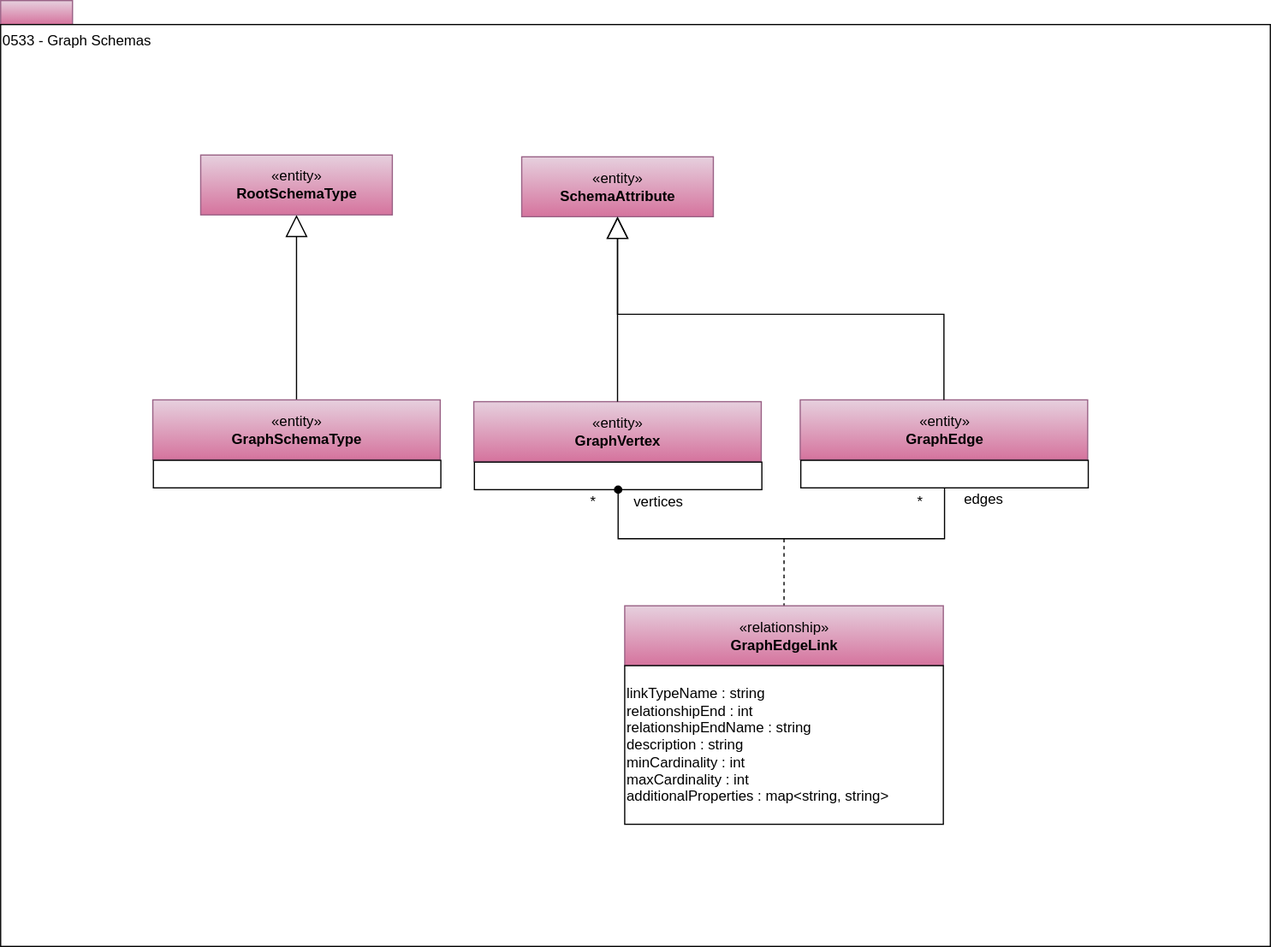
The draw.io diagram site/docs/types/5/0533-Graph-Schemas.svg in odpi/egeria-docs, before a commit. Source tidied: cells renumbered, new cells last; positions are measured from the earlier drawing's top-left corner, leaving out a move shared by most shapes.
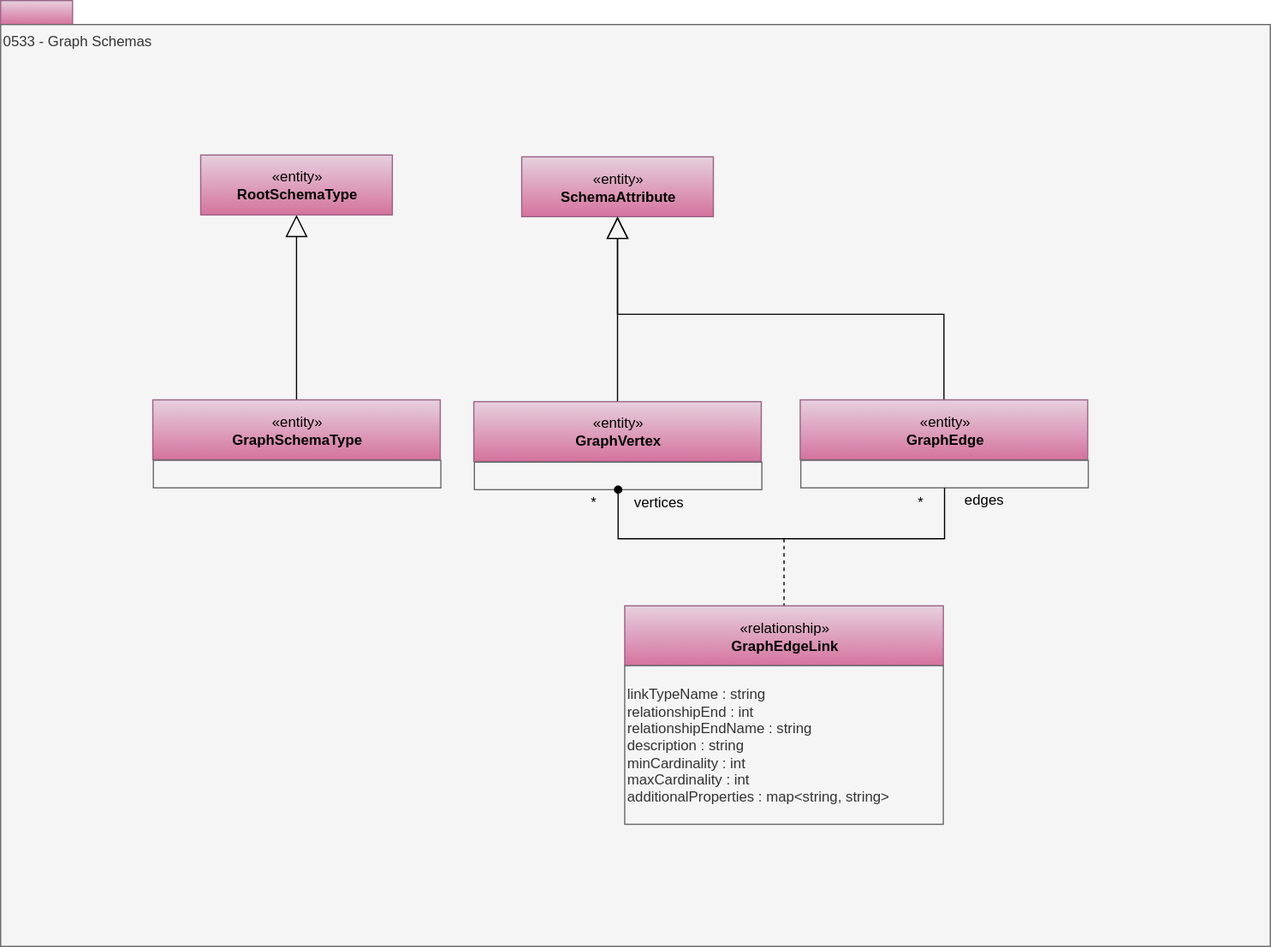
The same diagram one commit later.

What changed in the source:
```diff
@@ -5,7 +5,7 @@
     <mxCell id="2" style="rounded=0;whiteSpace=wrap;html=1;align=left;fillColor=#e6d0de;strokeColor=#996185;gradientColor=#d5739d;" parent="1" vertex="1">
       <mxGeometry width="60" height="20" as="geometry" />
     </mxCell>
-    <mxCell id="3" value="0533 - Graph Schemas" style="rounded=0;whiteSpace=wrap;html=1;align=left;verticalAlign=top;" parent="1" vertex="1">
+    <mxCell id="3" value="0533 - Graph Schemas" style="rounded=0;whiteSpace=wrap;html=1;align=left;verticalAlign=top;fillColor=#f5f5f5;fontColor=#333333;strokeColor=#666666;" parent="1" vertex="1">
       <mxGeometry y="20" width="1060" height="770" as="geometry" />
     </mxCell>
     <mxCell id="4" value="«entity»&lt;br&gt;&lt;b&gt;SchemaAttribute&lt;/b&gt;" style="html=1;strokeColor=#996185;align=center;fillColor=#e6d0de;gradientColor=#d5739d;" parent="1" vertex="1">
@@ -23,63 +23,54 @@
     <mxCell id="8" value="vertices" style="text;html=1;strokeColor=none;fillColor=none;align=center;verticalAlign=middle;whiteSpace=wrap;rounded=0;" parent="1" vertex="1">
       <mxGeometry x="515.5" y="408.5" width="67" height="20" as="geometry" />
     </mxCell>
-    <mxCell id="9" style="endArrow=none;dashed=1;html=1;entryX=0.5;entryY=0;entryDx=0;entryDy=0;" parent="1" edge="1" target="24">
+    <mxCell id="9" style="endArrow=none;dashed=1;html=1;entryX=0.5;entryY=0;entryDx=0;entryDy=0;" parent="1" edge="1" target="14">
       <mxGeometry relative="1" as="geometry">
         <mxPoint x="654" y="449.5" as="sourcePoint" />
       </mxGeometry>
     </mxCell>
-    <mxCell id="10" style="edgeStyle=orthogonalEdgeStyle;rounded=0;jettySize=auto;html=1;exitX=0.5;exitY=0;exitDx=0;exitDy=0;entryX=0.5;entryY=1;entryDx=0;entryDy=0;startSize=6;endArrow=block;endFill=0;endSize=16;" parent="1" edge="1" source="13" target="11">
+    <mxCell id="10" style="edgeStyle=orthogonalEdgeStyle;rounded=0;jettySize=auto;html=1;exitX=0.5;exitY=0;exitDx=0;exitDy=0;entryX=0.5;entryY=1;entryDx=0;entryDy=0;startSize=6;endArrow=block;endFill=0;endSize=16;" parent="1" edge="1" source="20" target="11">
       <mxGeometry relative="1" as="geometry" />
     </mxCell>
     <mxCell id="11" value="«entity»&lt;br&gt;&lt;b&gt;RootSchemaType&lt;/b&gt;" style="html=1;strokeColor=#996185;align=center;fillColor=#e6d0de;gradientColor=#d5739d;" parent="1" vertex="1">
       <mxGeometry x="167" y="129" width="160" height="50" as="geometry" />
     </mxCell>
-    <mxCell id="12" style="group;" parent="1" vertex="1">
-      <mxGeometry x="127" y="333.5" width="240.5" height="73.5" as="geometry" />
+    <mxCell id="12" style="edgeStyle=orthogonalEdgeStyle;rounded=0;jettySize=auto;html=1;exitX=0.5;exitY=0;exitDx=0;exitDy=0;entryX=0.5;entryY=1;entryDx=0;entryDy=0;startSize=6;endArrow=block;endFill=0;endSize=16;" parent="1" edge="1" source="18" target="4">
+      <mxGeometry relative="1" as="geometry" />
     </mxCell>
-    <mxCell id="13" value="«entity»&lt;br&gt;&lt;b&gt;GraphSchemaType&lt;/b&gt;" style="html=1;strokeColor=#996185;align=center;fillColor=#e6d0de;gradientColor=#d5739d;" parent="12" vertex="1">
-      <mxGeometry width="240" height="50" as="geometry" />
+    <mxCell id="13" style="edgeStyle=orthogonalEdgeStyle;rounded=0;jettySize=auto;html=1;exitX=0.5;exitY=0;exitDx=0;exitDy=0;startSize=6;endArrow=block;endFill=0;endSize=16;entryX=0.5;entryY=1;entryDx=0;entryDy=0;" parent="1" edge="1" source="16" target="4">
+      <mxGeometry relative="1" as="geometry" />
     </mxCell>
-    <mxCell id="14" style="rounded=0;whiteSpace=wrap;html=1;strokeColor=#000000;gradientColor=#ffffff;align=left;" parent="12" vertex="1">
-      <mxGeometry x="0.5" y="50.5" width="240" height="23" as="geometry" />
+    <mxCell id="14" value="«relationship»&lt;br&gt;&lt;b&gt;GraphEdgeLink&lt;/b&gt;" style="html=1;strokeColor=#996185;align=center;fillColor=#e6d0de;gradientColor=#d5739d;" parent="1" vertex="1">
+      <mxGeometry x="521" y="505.5" width="266" height="50" as="geometry" />
     </mxCell>
-    <mxCell id="15" style="group;" parent="1" vertex="1">
-      <mxGeometry x="395" y="335" width="240.5" height="73.5" as="geometry" />
+    <mxCell id="15" value="&lt;div style=&quot;text-align: left&quot;&gt;linkTypeName : string&lt;br style=&quot;border-color: var(--border-color);&quot;&gt;relationshipEnd : int&lt;br style=&quot;border-color: var(--border-color);&quot;&gt;relationshipEndName : string&lt;br style=&quot;border-color: var(--border-color);&quot;&gt;description : string&lt;br style=&quot;border-color: var(--border-color);&quot;&gt;minCardinality : int&lt;br style=&quot;border-color: var(--border-color);&quot;&gt;maxCardinality : int&lt;br style=&quot;border-color: var(--border-color);&quot;&gt;additionalProperties : map&amp;lt;string, string&amp;gt;&lt;br&gt;&lt;/div&gt;" style="rounded=0;whiteSpace=wrap;html=1;strokeColor=#666666;align=left;fillColor=#f5f5f5;fontColor=#333333;" parent="1" vertex="1">
+      <mxGeometry x="521" y="555.5" width="266" height="132.5" as="geometry" />
     </mxCell>
-    <mxCell id="16" value="«entity»&lt;br&gt;&lt;b&gt;GraphVertex&lt;/b&gt;" style="html=1;strokeColor=#996185;align=center;fillColor=#e6d0de;gradientColor=#d5739d;" parent="15" vertex="1">
-      <mxGeometry width="240" height="50" as="geometry" />
+    <mxCell id="16" value="«entity»&lt;br&gt;&lt;b&gt;GraphEdge&lt;/b&gt;" style="html=1;strokeColor=#996185;align=center;fillColor=#e6d0de;gradientColor=#d5739d;" parent="1" vertex="1">
+      <mxGeometry x="667.5" y="333.5" width="240" height="50" as="geometry" />
     </mxCell>
-    <mxCell id="17" style="rounded=0;whiteSpace=wrap;html=1;strokeColor=#000000;gradientColor=#ffffff;align=left;" parent="15" vertex="1">
-      <mxGeometry x="0.5" y="50.5" width="240" height="23" as="geometry" />
+    <mxCell id="17" style="rounded=0;whiteSpace=wrap;html=1;strokeColor=#666666;align=left;fillColor=#f5f5f5;fontColor=#333333;" parent="1" vertex="1">
+      <mxGeometry x="668" y="384" width="240" height="23" as="geometry" />
     </mxCell>
-    <mxCell id="18" style="group;" parent="1" vertex="1">
-      <mxGeometry x="667.5" y="333.5" width="240.5" height="73.5" as="geometry" />
+    <mxCell id="18" value="«entity»&lt;br&gt;&lt;b&gt;GraphVertex&lt;/b&gt;" style="html=1;strokeColor=#996185;align=center;fillColor=#e6d0de;gradientColor=#d5739d;" parent="1" vertex="1">
+      <mxGeometry x="395" y="335" width="240" height="50" as="geometry" />
     </mxCell>
-    <mxCell id="19" value="«entity»&lt;br&gt;&lt;b&gt;GraphEdge&lt;/b&gt;" style="html=1;strokeColor=#996185;align=center;fillColor=#e6d0de;gradientColor=#d5739d;" parent="18" vertex="1">
-      <mxGeometry width="240" height="50" as="geometry" />
+    <mxCell id="19" style="rounded=0;whiteSpace=wrap;html=1;strokeColor=#666666;align=left;fillColor=#f5f5f5;fontColor=#333333;" parent="1" vertex="1">
+      <mxGeometry x="395.5" y="385.5" width="240" height="23" as="geometry" />
     </mxCell>
-    <mxCell id="20" style="rounded=0;whiteSpace=wrap;html=1;strokeColor=#000000;gradientColor=#ffffff;align=left;" parent="18" vertex="1">
-      <mxGeometry x="0.5" y="50.5" width="240" height="23" as="geometry" />
+    <mxCell id="20" value="«entity»&lt;br&gt;&lt;b&gt;GraphSchemaType&lt;/b&gt;" style="html=1;strokeColor=#996185;align=center;fillColor=#e6d0de;gradientColor=#d5739d;" parent="1" vertex="1">
+      <mxGeometry x="127" y="333.5" width="240" height="50" as="geometry" />
     </mxCell>
-    <mxCell id="21" style="edgeStyle=orthogonalEdgeStyle;rounded=0;jettySize=auto;html=1;exitX=0.5;exitY=0;exitDx=0;exitDy=0;entryX=0.5;entryY=1;entryDx=0;entryDy=0;startSize=6;endArrow=block;endFill=0;endSize=16;" parent="1" edge="1" source="16" target="4">
-      <mxGeometry relative="1" as="geometry" />
+    <mxCell id="21" style="rounded=0;whiteSpace=wrap;html=1;strokeColor=#666666;align=left;fillColor=#f5f5f5;fontColor=#333333;" parent="1" vertex="1">
+      <mxGeometry x="127.5" y="384" width="240" height="23" as="geometry" />
     </mxCell>
-    <mxCell id="22" style="edgeStyle=orthogonalEdgeStyle;rounded=0;jettySize=auto;html=1;exitX=0.5;exitY=0;exitDx=0;exitDy=0;startSize=6;endArrow=block;endFill=0;endSize=16;entryX=0.5;entryY=1;entryDx=0;entryDy=0;" parent="1" edge="1" source="19" target="4">
-      <mxGeometry relative="1" as="geometry" />
+    <mxCell id="22" style="edgeStyle=orthogonalEdgeStyle;rounded=0;jettySize=auto;html=1;exitX=0.5;exitY=1;exitDx=0;exitDy=0;entryX=0.5;entryY=1;entryDx=0;entryDy=0;endArrow=oval;endFill=1;" parent="1" edge="1" source="17" target="19">
+      <mxGeometry relative="1" as="geometry">
+        <Array as="points">
+          <mxPoint x="788" y="449.5" />
+          <mxPoint x="516" y="449.5" />
+        </Array>
+      </mxGeometry>
     </mxCell>
-    <mxCell id="23" style="edgeStyle=orthogonalEdgeStyle;rounded=0;jettySize=auto;html=1;exitX=0.5;exitY=1;exitDx=0;exitDy=0;entryX=0.5;entryY=1;entryDx=0;entryDy=0;endArrow=oval;endFill=1;" parent="1" edge="1" source="20" target="17">
-      <mxGeometry relative="1" as="geometry">
-        <Array as="points">
-          <mxPoint x="788" y="449.5" />
-          <mxPoint x="516" y="449.5" />
-        </Array>
-      </mxGeometry>
-    </mxCell>
-    <mxCell id="24" value="«relationship»&lt;br&gt;&lt;b&gt;GraphEdgeLink&lt;/b&gt;" style="html=1;strokeColor=#996185;align=center;fillColor=#e6d0de;gradientColor=#d5739d;" parent="1" vertex="1">
-      <mxGeometry x="521" y="505.5" width="266" height="50" as="geometry" />
-    </mxCell>
-    <mxCell id="25" value="&lt;div style=&quot;text-align: left&quot;&gt;linkTypeName : string&lt;br style=&quot;border-color: var(--border-color);&quot;&gt;relationshipEnd : int&lt;br style=&quot;border-color: var(--border-color);&quot;&gt;relationshipEndName : string&lt;br style=&quot;border-color: var(--border-color);&quot;&gt;description : string&lt;br style=&quot;border-color: var(--border-color);&quot;&gt;minCardinality : int&lt;br style=&quot;border-color: var(--border-color);&quot;&gt;maxCardinality : int&lt;br style=&quot;border-color: var(--border-color);&quot;&gt;additionalProperties : map&amp;lt;string, string&amp;gt;&lt;br&gt;&lt;/div&gt;" style="rounded=0;whiteSpace=wrap;html=1;strokeColor=#000000;gradientColor=#ffffff;align=left;" parent="1" vertex="1">
-      <mxGeometry x="521" y="555.5" width="266" height="132.5" as="geometry" />
-    </mxCell>
   </root>
 </mxGraphModel>
```
